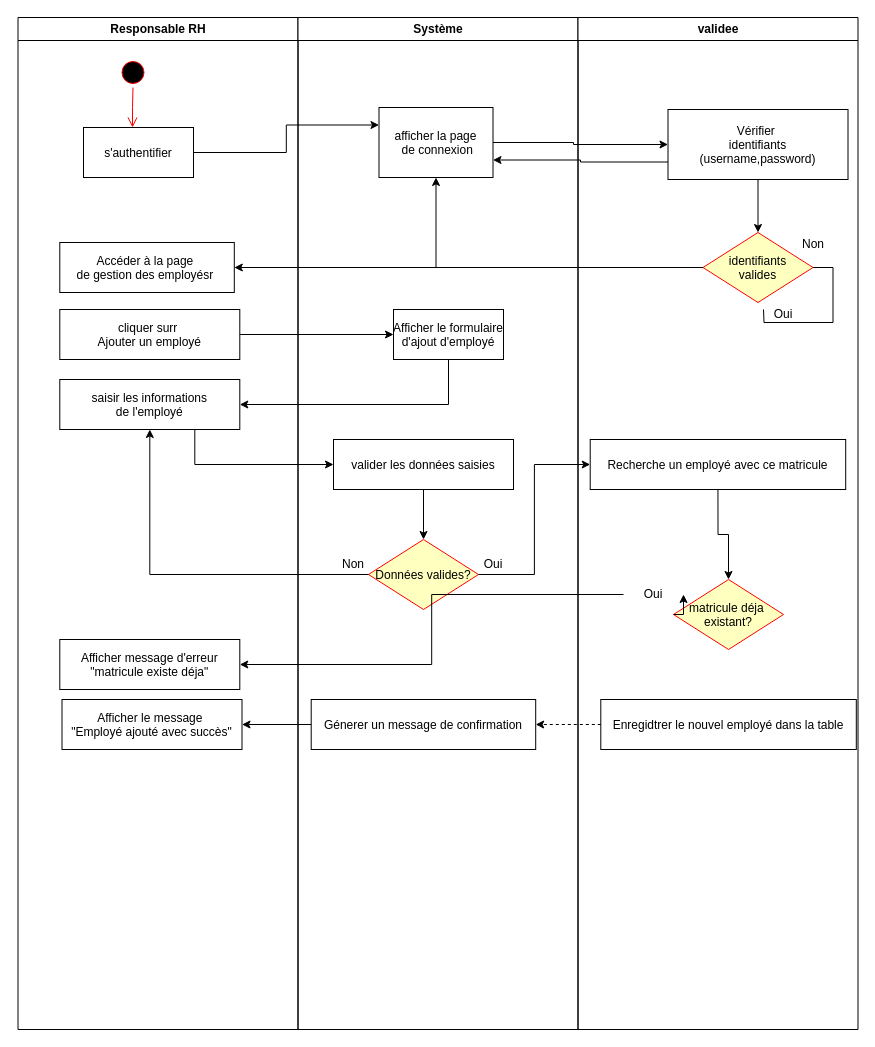
This is actu.drawio from mediounieya/RH_site, a draw.io file, before an edit. Source tidied: cells renumbered, new cells numbered last; positions are measured from the earlier drawing's top-left corner, leaving out a move shared by most shapes. Both pictures are drawn from the tidied source at 100%, with x=0, y=0 at pixel (17, 17).
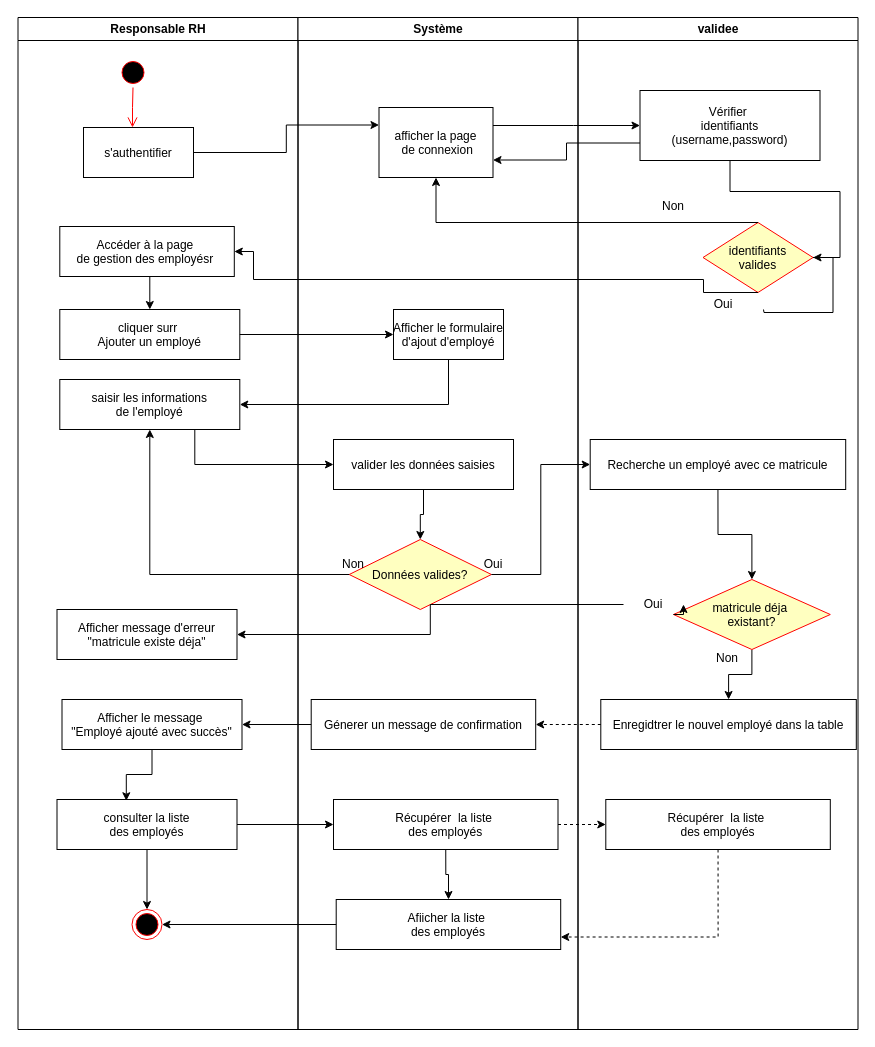
The same diagram, later.

Commit message:
Mettre à jour actu.drawio

The change refers to these unchanged cells:
```xml
<mxCell id="2" value="Responsable RH" style="swimlane;whiteSpace=wrap;startSize=23;" parent="1" vertex="1">
  <mxGeometry x="0.5" width="280" height="1012" as="geometry" />
</mxCell>
<mxCell id="6" value="cliquer surr &#10;Ajouter un employé" parent="2" vertex="1">
  <mxGeometry x="41.8" y="292" width="180" height="50" as="geometry" />
</mxCell>
<mxCell id="10" value="Afficher le message &#10;&quot;Employé ajouté avec succès&quot;" parent="2" vertex="1">
  <mxGeometry x="44" y="682" width="180" height="50" as="geometry" />
</mxCell>
<mxCell id="11" value="Système" style="swimlane;whiteSpace=wrap;" parent="1" vertex="1">
  <mxGeometry x="280.5" width="280" height="1012" as="geometry" />
</mxCell>
<mxCell id="12" value="afficher la page&#10; de connexion" parent="11" vertex="1">
  <mxGeometry x="81" y="90" width="114" height="70" as="geometry" />
</mxCell>
<mxCell id="18" value="validee" style="swimlane;whiteSpace=wrap;" parent="1" vertex="1">
  <mxGeometry x="560.5" width="280" height="1012" as="geometry" />
</mxCell>
<mxCell id="26" value="Enregidtrer le nouvel employé dans la table" parent="18" vertex="1">
  <mxGeometry x="22.8" y="682" width="255.5" height="50" as="geometry" />
</mxCell>
```

Diff of the diagram source:
```diff
@@
+    <mxCell id="46" style="edgeStyle=orthogonalEdgeStyle;rounded=0;jettySize=auto;html=1;exitX=0.5;exitY=1;exitDx=0;exitDy=0;entryX=0.5;entryY=0;entryDx=0;entryDy=0;" parent="2" edge="1" source="7" target="6">
+      <mxGeometry relative="1" as="geometry" />
+    </mxCell>
     <mxCell id="7" value="Accéder à la page &#10;de gestion des employésr " parent="2" vertex="1">
-      <mxGeometry x="41.8" y="225" width="174.5" height="50" as="geometry" />
+      <mxGeometry x="41.8" y="209" width="174.5" height="50" as="geometry" />
     </mxCell>
@@
     <mxCell id="9" value="Afficher message d'erreur&#10;&quot;matricule existe déja&quot;" parent="2" vertex="1">
-      <mxGeometry x="41.8" y="622" width="180" height="50" as="geometry" />
+      <mxGeometry x="39" y="592" width="180" height="50" as="geometry" />
     </mxCell>
@@
+    <mxCell id="47" style="edgeStyle=orthogonalEdgeStyle;rounded=0;jettySize=auto;html=1;exitX=0.5;exitY=1;exitDx=0;exitDy=0;entryX=0.5;entryY=0;entryDx=0;entryDy=0;" parent="2" edge="1" source="48" target="50">
+      <mxGeometry relative="1" as="geometry" />
+    </mxCell>
+    <mxCell id="48" value="consulter la liste&#10;des employés" parent="2" vertex="1">
+      <mxGeometry x="39" y="782" width="180" height="50" as="geometry" />
+    </mxCell>
+    <mxCell id="49" style="edgeStyle=orthogonalEdgeStyle;rounded=0;jettySize=auto;html=1;exitX=0.5;exitY=1;exitDx=0;exitDy=0;entryX=0.385;entryY=0.025;entryDx=0;entryDy=0;entryPerimeter=0;" parent="2" edge="1" source="10" target="48">
+      <mxGeometry relative="1" as="geometry" />
+    </mxCell>
+    <mxCell id="50" style="ellipse;html=1;shape=endState;fillColor=#000000;strokeColor=#ff0000;" parent="2" vertex="1">
+      <mxGeometry x="114" y="892" width="30" height="30" as="geometry" />
+    </mxCell>
@@
     <mxCell id="16" value="Données valides?" style="rhombus;fillColor=#ffffc0;strokeColor=#ff0000;" parent="11" vertex="1">
-      <mxGeometry x="70.5" y="522" width="110" height="70" as="geometry" />
+      <mxGeometry x="51.2" y="522" width="142.2" height="70" as="geometry" />
     </mxCell>
@@
+    <mxCell id="51" style="edgeStyle=orthogonalEdgeStyle;rounded=0;jettySize=auto;html=1;exitX=0.5;exitY=1;exitDx=0;exitDy=0;" parent="11" edge="1" source="52" target="53">
+      <mxGeometry relative="1" as="geometry" />
+    </mxCell>
+    <mxCell id="52" value="Récupérer  la liste &#10;des employés" parent="11" vertex="1">
+      <mxGeometry x="35.5" y="782" width="224.5" height="50" as="geometry" />
+    </mxCell>
+    <mxCell id="53" value="Afiicher la liste &#10;des employés" parent="11" vertex="1">
+      <mxGeometry x="38.2" y="882" width="224.5" height="50" as="geometry" />
+    </mxCell>
@@
-    <mxCell id="21" style="edgeStyle=orthogonalEdgeStyle;rounded=0;jettySize=auto;html=1;exitX=0.5;exitY=1;exitDx=0;exitDy=0;entryX=0.5;entryY=0;entryDx=0;entryDy=0;" parent="18" edge="1" source="22" target="24">
+    <mxCell id="21" style="edgeStyle=orthogonalEdgeStyle;rounded=0;jettySize=auto;html=1;exitX=0.5;exitY=1;exitDx=0;exitDy=0;entryX=1;entryY=0.5;entryDx=0;entryDy=0;" parent="18" edge="1" source="22" target="24">
       <mxGeometry relative="1" as="geometry" />
     </mxCell>
     <mxCell id="22" value="Vérifier &#10;identifiants&#10;(username,password)" parent="18" vertex="1">
-      <mxGeometry x="90" y="92" width="180" height="70" as="geometry" />
+      <mxGeometry x="62" y="73" width="180" height="70" as="geometry" />
     </mxCell>
+    <mxCell id="24" value="identifiants&#10;valides" style="rhombus;fillColor=#ffffc0;strokeColor=#ff0000;" parent="18" vertex="1">
+      <mxGeometry x="125" y="205" width="110" height="70" as="geometry" />
+    </mxCell>
@@
-    <mxCell id="24" value="identifiants&#10;valides" style="rhombus;fillColor=#ffffc0;strokeColor=#ff0000;" parent="18" vertex="1">
-      <mxGeometry x="125" y="215" width="110" height="70" as="geometry" />
-    </mxCell>
+    <mxCell id="54" style="edgeStyle=orthogonalEdgeStyle;rounded=0;jettySize=auto;html=1;exitX=0.5;exitY=1;exitDx=0;exitDy=0;" parent="18" edge="1" source="25" target="26">
+      <mxGeometry relative="1" as="geometry" />
+    </mxCell>
     <mxCell id="25" value="matricule déja &#10;existant?" style="rhombus;fillColor=#ffffc0;strokeColor=#ff0000;" parent="18" vertex="1">
-      <mxGeometry x="95.5" y="562" width="110" height="70" as="geometry" />
+      <mxGeometry x="95.5" y="562" width="156.8" height="70" as="geometry" />
     </mxCell>
@@
     <mxCell id="27" value="Oui" style="text;html=1;whiteSpace=wrap;strokeColor=none;fillColor=none;align=center;verticalAlign=middle;rounded=0;" parent="18" vertex="1">
-      <mxGeometry x="45.5" y="562" width="60" height="30" as="geometry" />
+      <mxGeometry x="45.5" y="572" width="60" height="30" as="geometry" />
     </mxCell>
+    <mxCell id="55" value="Récupérer  la liste &#10;des employés" parent="18" vertex="1">
+      <mxGeometry x="27.8" y="782" width="224.5" height="50" as="geometry" />
+    </mxCell>
@@
+    <mxCell id="33" value="Oui" style="text;html=1;whiteSpace=wrap;strokeColor=none;fillColor=none;align=center;verticalAlign=middle;rounded=0;" parent="18" vertex="1">
+      <mxGeometry x="115.5" y="272" width="60" height="30" as="geometry" />
+    </mxCell>
+    <mxCell id="32" value="Non" style="text;html=1;whiteSpace=wrap;strokeColor=none;fillColor=none;align=center;verticalAlign=middle;rounded=0;" parent="18" vertex="1">
+      <mxGeometry x="65" y="174" width="60" height="30" as="geometry" />
+    </mxCell>
@@
     <mxCell id="30" style="edgeStyle=orthogonalEdgeStyle;rounded=0;jettySize=auto;html=1;entryX=0;entryY=0.5;entryDx=0;entryDy=0;" parent="1" edge="1" source="12" target="22">
       <mxGeometry relative="1" as="geometry">
         <Array as="points">
-          <mxPoint x="556" y="125" />
-          <mxPoint x="556" y="127" />
+          <mxPoint x="556" y="108" />
+          <mxPoint x="556" y="108" />
         </Array>
       </mxGeometry>
     </mxCell>
+    <mxCell id="34" style="edgeStyle=orthogonalEdgeStyle;rounded=0;jettySize=auto;html=1;exitX=0.5;exitY=0;exitDx=0;exitDy=0;" parent="1" edge="1" source="24" target="12">
+      <mxGeometry relative="1" as="geometry">
+        <Array as="points">
+          <mxPoint x="418.5" y="205" />
+        </Array>
+      </mxGeometry>
+    </mxCell>
@@
-    <mxCell id="32" value="Non" style="text;html=1;whiteSpace=wrap;strokeColor=none;fillColor=none;align=center;verticalAlign=middle;rounded=0;" parent="1" vertex="1">
-      <mxGeometry x="766" y="212" width="60" height="30" as="geometry" />
-    </mxCell>
-    <mxCell id="33" value="Oui" style="text;html=1;whiteSpace=wrap;strokeColor=none;fillColor=none;align=center;verticalAlign=middle;rounded=0;" parent="1" vertex="1">
-      <mxGeometry x="736" y="282" width="60" height="30" as="geometry" />
-    </mxCell>
-    <mxCell id="34" style="edgeStyle=orthogonalEdgeStyle;rounded=0;jettySize=auto;html=1;exitX=0;exitY=0.5;exitDx=0;exitDy=0;" parent="1" edge="1" source="24" target="12">
-      <mxGeometry relative="1" as="geometry" />
-    </mxCell>
-    <mxCell id="35" style="edgeStyle=orthogonalEdgeStyle;rounded=0;jettySize=auto;html=1;exitX=0;exitY=0.5;exitDx=0;exitDy=0;" parent="1" edge="1" source="24" target="7">
-      <mxGeometry relative="1" as="geometry" />
-    </mxCell>
@@
+    <mxCell id="56" value="Non" style="text;html=1;whiteSpace=wrap;strokeColor=none;fillColor=none;align=center;verticalAlign=middle;rounded=0;" parent="1" vertex="1">
+      <mxGeometry x="680" y="626" width="60" height="30" as="geometry" />
+    </mxCell>
+    <mxCell id="57" style="edgeStyle=orthogonalEdgeStyle;rounded=0;jettySize=auto;html=1;exitX=1;exitY=0.5;exitDx=0;exitDy=0;entryX=0;entryY=0.5;entryDx=0;entryDy=0;" parent="1" edge="1" source="48" target="52">
+      <mxGeometry relative="1" as="geometry" />
+    </mxCell>
+    <mxCell id="58" style="edgeStyle=orthogonalEdgeStyle;rounded=0;jettySize=auto;html=1;exitX=1;exitY=0.5;exitDx=0;exitDy=0;entryX=0;entryY=0.5;entryDx=0;entryDy=0;dashed=1;" parent="1" edge="1" source="52" target="55">
+      <mxGeometry relative="1" as="geometry" />
+    </mxCell>
+    <mxCell id="59" style="edgeStyle=orthogonalEdgeStyle;rounded=0;jettySize=auto;html=1;exitX=0.5;exitY=1;exitDx=0;exitDy=0;entryX=1;entryY=0.75;entryDx=0;entryDy=0;dashed=1;" parent="1" edge="1" source="55" target="53">
+      <mxGeometry relative="1" as="geometry" />
+    </mxCell>
+    <mxCell id="60" style="edgeStyle=orthogonalEdgeStyle;rounded=0;jettySize=auto;html=1;exitX=0;exitY=0.5;exitDx=0;exitDy=0;" parent="1" edge="1" source="53" target="50">
+      <mxGeometry relative="1" as="geometry" />
+    </mxCell>
+    <mxCell id="35" style="edgeStyle=orthogonalEdgeStyle;rounded=0;jettySize=auto;html=1;exitX=0.5;exitY=1;exitDx=0;exitDy=0;entryX=1;entryY=0.5;entryDx=0;entryDy=0;" parent="1" edge="1" source="24" target="7">
+      <mxGeometry relative="1" as="geometry">
+        <Array as="points">
+          <mxPoint x="686" y="275" />
+          <mxPoint x="686" y="262" />
+          <mxPoint x="236" y="262" />
+          <mxPoint x="236" y="234" />
+        </Array>
+      </mxGeometry>
+    </mxCell>
```
